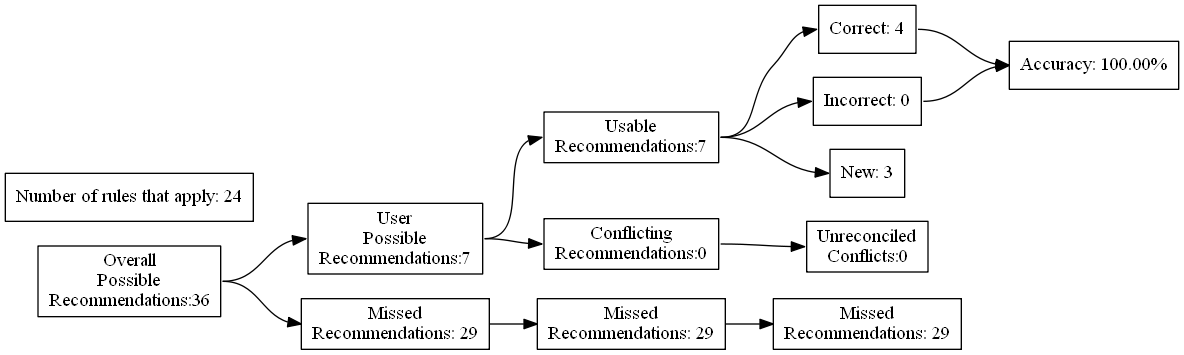
Above: test_renders/45.gv.png in ZaxR/ibd_diet_analysis (Graphviz), before the change. Its source is kept beside it as test_renders/45.gv. Source of this version:
```dot
digraph {
	graph [rankdir=LR]
	node [pos=r shape=box]
	edge [headport=w tailport=e]
		A [label="Overall
Possible
Recommendations:36"]
		B [label="User
Possible
Recommendations:7"]
		C [label="Missed
Recommendations: 29"]
		D [label="Usable
Recommendations:7"]
		E [label="Conflicting
Recommendations:0"]
		J [label="Missed
Recommendations: 29"]
		M [label="Unreconciled
Conflicts:0"]
		F [label="Correct: 4"]
		G [label="Incorrect: 0"]
		H [label="New: 3"]
		K [label="Missed
Recommendations: 29"]
		I [label="Accuracy: 100.00%"]
		l [label="Number of rules that apply: 24"]
			A -> B
			A -> C
			B -> D
			B -> E
			D -> F
			D -> G
			D -> H
			F -> I
			G -> I
			C -> J
			J -> K
			E -> M
}
```
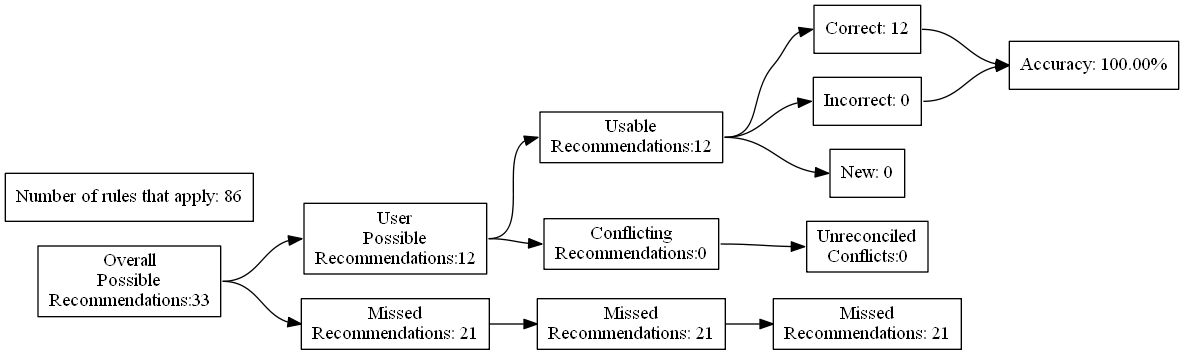
The same file after the commit.

Diff of the diagram source:
```diff
@@ -4,27 +4,27 @@
 	edge [headport=w tailport=e]
 		A [label="Overall
 Possible
-Recommendations:36"]
+Recommendations:33"]
 		B [label="User
 Possible
-Recommendations:7"]
+Recommendations:12"]
 		C [label="Missed
-Recommendations: 29"]
+Recommendations: 21"]
 		D [label="Usable
-Recommendations:7"]
+Recommendations:12"]
 		E [label="Conflicting
 Recommendations:0"]
 		J [label="Missed
-Recommendations: 29"]
+Recommendations: 21"]
 		M [label="Unreconciled
 Conflicts:0"]
-		F [label="Correct: 4"]
+		F [label="Correct: 12"]
 		G [label="Incorrect: 0"]
-		H [label="New: 3"]
+		H [label="New: 0"]
 		K [label="Missed
-Recommendations: 29"]
+Recommendations: 21"]
 		I [label="Accuracy: 100.00%"]
-		l [label="Number of rules that apply: 24"]
+		l [label="Number of rules that apply: 86"]
 			A -> B
 			A -> C
 			B -> D
```
